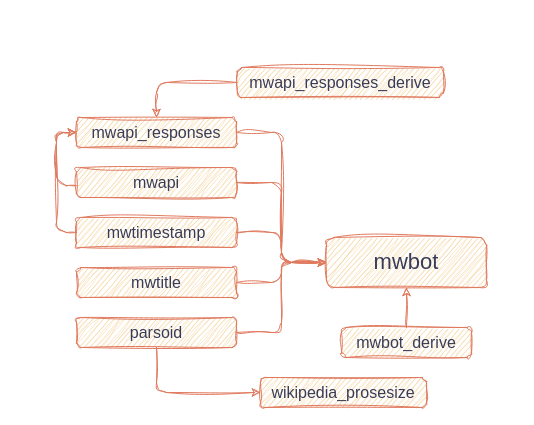
Above: mwbot-rs inner dependencies.drawio in xtexx/diagrams (draw.io), before the change. Source tidied: cells renumbered, new cells numbered last; positions are measured from the earlier drawing's top-left corner, leaving out a move shared by most shapes. Both pictures are drawn from the tidied source at 100%, with x=0, y=0 at pixel (76, 67).
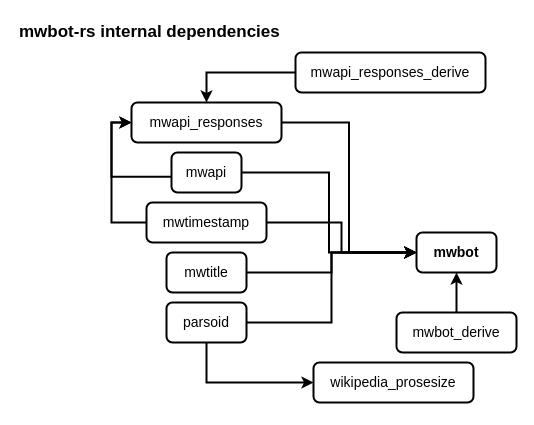
Above is the later version.

Change to the diagram source:
```diff
@@
-    <mxCell id="2" style="edgeStyle=orthogonalEdgeStyle;rounded=1;jettySize=auto;html=1;entryX=0;entryY=0.5;entryDx=0;entryDy=0;sketch=1;curveFitting=1;jiggle=2;labelBackgroundColor=none;fontColor=default;strokeColor=#E07A5F;" parent="1" edge="1" source="3" target="18">
+    <mxCell id="2" style="edgeStyle=orthogonalEdgeStyle;rounded=0;jettySize=auto;html=1;entryX=0;entryY=0.5;entryDx=0;entryDy=0;labelBackgroundColor=none;fontColor=light-dark(#000000,#202122);fontFamily=Helvetica;strokeWidth=2;fontSize=14;spacing=5;curved=0;strokeColor=light-dark(#000000,#A2A9B1);" parent="1" edge="1" source="3" target="18">
       <mxGeometry relative="1" as="geometry" />
     </mxCell>
-    <mxCell id="3" value="&lt;div&gt;mwapi_responses&lt;/div&gt;" style="rounded=1;whiteSpace=wrap;html=1;fontFamily=Helvetica;fontSize=16;sketch=1;curveFitting=1;jiggle=2;labelBackgroundColor=none;fillColor=#F2CC8F;strokeColor=#E07A5F;fontColor=#393C56;" parent="1" vertex="1">
-      <mxGeometry y="50" width="160" height="30" as="geometry" />
+    <mxCell id="3" value="&lt;div&gt;mwapi_responses&lt;/div&gt;" style="rounded=1;whiteSpace=wrap;html=1;fontFamily=Helvetica;fontSize=14;labelBackgroundColor=none;strokeWidth=2;spacing=5;fontColor=light-dark(#000000,#202122);fillColor=light-dark(#FFFFFF,#F8F9FA);strokeColor=light-dark(#000000,#A2A9B1);" parent="1" vertex="1">
+      <mxGeometry x="55" y="35" width="150" height="40" as="geometry" />
     </mxCell>
-    <mxCell id="4" style="edgeStyle=orthogonalEdgeStyle;rounded=1;jettySize=auto;html=1;entryX=0;entryY=0.5;entryDx=0;entryDy=0;sketch=1;curveFitting=1;jiggle=2;labelBackgroundColor=none;fontColor=default;strokeColor=#E07A5F;" parent="1" edge="1" source="6" target="18">
-      <mxGeometry relative="1" as="geometry" />
-    </mxCell>
-    <mxCell id="5" style="edgeStyle=orthogonalEdgeStyle;rounded=1;jettySize=auto;html=1;entryX=0;entryY=0.5;entryDx=0;entryDy=0;exitX=-0.002;exitY=0.605;exitDx=0;exitDy=0;exitPerimeter=0;sketch=1;curveFitting=1;jiggle=2;labelBackgroundColor=none;fontColor=default;strokeColor=#E07A5F;" parent="1" edge="1" source="6" target="3">
+    <mxCell id="5" style="edgeStyle=orthogonalEdgeStyle;rounded=0;jettySize=auto;html=1;entryX=0;entryY=0.5;entryDx=0;entryDy=0;exitX=-0.002;exitY=0.605;exitDx=0;exitDy=0;exitPerimeter=0;labelBackgroundColor=none;fontColor=light-dark(#000000,#202122);fontFamily=Helvetica;strokeWidth=2;fontSize=14;spacing=5;curved=0;strokeColor=light-dark(#000000,#A2A9B1);" parent="1" edge="1" source="6" target="3">
       <mxGeometry relative="1" as="geometry" />
     </mxCell>
+    <mxCell id="8" style="edgeStyle=orthogonalEdgeStyle;rounded=0;jettySize=auto;html=1;entryX=0;entryY=0.5;entryDx=0;entryDy=0;exitX=0;exitY=0.5;exitDx=0;exitDy=0;labelBackgroundColor=none;fontColor=light-dark(#000000,#202122);fontFamily=Helvetica;strokeWidth=2;fontSize=14;spacing=5;curved=0;strokeColor=light-dark(#000000,#A2A9B1);" parent="1" edge="1" source="9" target="3">
+      <mxGeometry relative="1" as="geometry" />
+    </mxCell>
+    <mxCell id="12" style="edgeStyle=orthogonalEdgeStyle;rounded=0;jettySize=auto;html=1;labelBackgroundColor=none;fontColor=light-dark(#000000,#202122);exitX=0;exitY=0.5;exitDx=0;exitDy=0;fontFamily=Helvetica;strokeWidth=2;fontSize=14;spacing=5;curved=0;strokeColor=light-dark(#000000,#A2A9B1);" parent="1" edge="1" source="13" target="3">
+      <mxGeometry relative="1" as="geometry" />
+    </mxCell>
-    <mxCell id="6" value="&lt;div&gt;mwapi&lt;/div&gt;" style="rounded=1;whiteSpace=wrap;html=1;fontFamily=Helvetica;fontSize=16;sketch=1;curveFitting=1;jiggle=2;labelBackgroundColor=none;fillColor=#F2CC8F;strokeColor=#E07A5F;fontColor=#393C56;" parent="1" vertex="1">
-      <mxGeometry y="100" width="160" height="30" as="geometry" />
+    <mxCell id="6" value="&lt;div&gt;mwapi&lt;/div&gt;" style="rounded=1;whiteSpace=wrap;html=1;fontFamily=Helvetica;fontSize=14;labelBackgroundColor=none;strokeWidth=2;spacing=5;fontColor=light-dark(#000000,#202122);fillColor=light-dark(#FFFFFF,#F8F9FA);strokeColor=light-dark(#000000,#A2A9B1);" parent="1" vertex="1">
+      <mxGeometry x="95" y="85" width="70" height="40" as="geometry" />
     </mxCell>
-    <mxCell id="7" style="edgeStyle=orthogonalEdgeStyle;rounded=1;jettySize=auto;html=1;entryX=0;entryY=0.5;entryDx=0;entryDy=0;sketch=1;curveFitting=1;jiggle=2;labelBackgroundColor=none;fontColor=default;strokeColor=#E07A5F;" parent="1" edge="1" source="9" target="18">
-      <mxGeometry relative="1" as="geometry" />
-    </mxCell>
-    <mxCell id="8" style="edgeStyle=orthogonalEdgeStyle;rounded=1;jettySize=auto;html=1;entryX=0;entryY=0.5;entryDx=0;entryDy=0;exitX=0;exitY=0.5;exitDx=0;exitDy=0;sketch=1;curveFitting=1;jiggle=2;labelBackgroundColor=none;fontColor=default;strokeColor=#E07A5F;" parent="1" edge="1" source="9" target="3">
-      <mxGeometry relative="1" as="geometry" />
-    </mxCell>
-    <mxCell id="9" value="mwtimestamp" style="rounded=1;whiteSpace=wrap;html=1;fontFamily=Helvetica;fontSize=16;sketch=1;curveFitting=1;jiggle=2;labelBackgroundColor=none;fillColor=#F2CC8F;strokeColor=#E07A5F;fontColor=#393C56;" parent="1" vertex="1">
-      <mxGeometry y="150" width="160" height="30" as="geometry" />
+    <mxCell id="9" value="mwtimestamp" style="rounded=1;whiteSpace=wrap;html=1;fontFamily=Helvetica;fontSize=14;labelBackgroundColor=none;strokeWidth=2;spacing=5;fontColor=light-dark(#000000,#202122);fillColor=light-dark(#FFFFFF,#F8F9FA);strokeColor=light-dark(#000000,#A2A9B1);" parent="1" vertex="1">
+      <mxGeometry x="70" y="135" width="120" height="40" as="geometry" />
     </mxCell>
-    <mxCell id="10" style="edgeStyle=orthogonalEdgeStyle;rounded=1;jettySize=auto;html=1;entryX=0;entryY=0.5;entryDx=0;entryDy=0;sketch=1;curveFitting=1;jiggle=2;labelBackgroundColor=none;fontColor=default;strokeColor=#E07A5F;" parent="1" edge="1" source="11" target="18">
-      <mxGeometry relative="1" as="geometry" />
-    </mxCell>
-    <mxCell id="11" value="mwtitle" style="rounded=1;whiteSpace=wrap;html=1;fontFamily=Helvetica;fontSize=16;sketch=1;curveFitting=1;jiggle=2;labelBackgroundColor=none;fillColor=#F2CC8F;strokeColor=#E07A5F;fontColor=#393C56;" parent="1" vertex="1">
-      <mxGeometry y="200" width="160" height="30" as="geometry" />
+    <mxCell id="11" value="mwtitle" style="rounded=1;whiteSpace=wrap;html=1;fontFamily=Helvetica;fontSize=14;labelBackgroundColor=none;strokeWidth=2;spacing=5;fontColor=light-dark(#000000,#202122);fillColor=light-dark(#FFFFFF,#F8F9FA);strokeColor=light-dark(#000000,#A2A9B1);" parent="1" vertex="1">
+      <mxGeometry x="90" y="185" width="80" height="40" as="geometry" />
     </mxCell>
-    <mxCell id="12" style="edgeStyle=orthogonalEdgeStyle;rounded=1;jettySize=auto;html=1;sketch=1;curveFitting=1;jiggle=2;labelBackgroundColor=none;fontColor=default;strokeColor=#E07A5F;" parent="1" edge="1" source="13" target="3">
-      <mxGeometry relative="1" as="geometry" />
-    </mxCell>
-    <mxCell id="13" value="mwapi_responses_derive" style="rounded=1;whiteSpace=wrap;html=1;fontFamily=Helvetica;fontSize=16;sketch=1;curveFitting=1;jiggle=2;labelBackgroundColor=none;fillColor=#F2CC8F;strokeColor=#E07A5F;fontColor=#393C56;" parent="1" vertex="1">
-      <mxGeometry x="161" width="206" height="30" as="geometry" />
+    <mxCell id="13" value="mwapi_responses_derive" style="rounded=1;whiteSpace=wrap;html=1;fontFamily=Helvetica;fontSize=14;labelBackgroundColor=none;strokeWidth=2;spacing=5;fontColor=light-dark(#000000,#202122);fillColor=light-dark(#FFFFFF,#F8F9FA);strokeColor=light-dark(#000000,#EAECF0);" parent="1" vertex="1">
+      <mxGeometry x="219" y="-15" width="190" height="40" as="geometry" />
     </mxCell>
-    <mxCell id="14" style="edgeStyle=orthogonalEdgeStyle;rounded=1;jettySize=auto;html=1;entryX=0;entryY=0.5;entryDx=0;entryDy=0;exitX=0.5;exitY=1;exitDx=0;exitDy=0;sketch=1;curveFitting=1;jiggle=2;labelBackgroundColor=none;fontColor=default;strokeColor=#E07A5F;" parent="1" edge="1" source="16" target="17">
-      <mxGeometry relative="1" as="geometry" />
-    </mxCell>
-    <mxCell id="15" style="edgeStyle=orthogonalEdgeStyle;rounded=1;jettySize=auto;html=1;entryX=0;entryY=0.5;entryDx=0;entryDy=0;sketch=1;curveFitting=1;jiggle=2;labelBackgroundColor=none;fontColor=default;strokeColor=#E07A5F;" parent="1" edge="1" source="16" target="18">
-      <mxGeometry relative="1" as="geometry" />
-    </mxCell>
-    <mxCell id="16" value="parsoid" style="rounded=1;whiteSpace=wrap;html=1;fontFamily=Helvetica;fontSize=16;sketch=1;curveFitting=1;jiggle=2;labelBackgroundColor=none;fillColor=#F2CC8F;strokeColor=#E07A5F;fontColor=#393C56;" parent="1" vertex="1">
-      <mxGeometry y="250" width="160" height="30" as="geometry" />
+    <mxCell id="16" value="parsoid" style="rounded=1;whiteSpace=wrap;html=1;fontFamily=Helvetica;fontSize=14;labelBackgroundColor=none;strokeWidth=2;spacing=5;fontColor=light-dark(#000000,#202122);fillColor=light-dark(#FFFFFF,#F8F9FA);strokeColor=light-dark(#000000,#A2A9B1);" parent="1" vertex="1">
+      <mxGeometry x="90" y="235" width="80" height="40" as="geometry" />
     </mxCell>
-    <mxCell id="17" value="wikipedia_prosesize" style="rounded=1;whiteSpace=wrap;html=1;fontFamily=Helvetica;fontSize=16;sketch=1;curveFitting=1;jiggle=2;labelBackgroundColor=none;fillColor=#F2CC8F;strokeColor=#E07A5F;fontColor=#393C56;" parent="1" vertex="1">
-      <mxGeometry x="184" y="310" width="166" height="30" as="geometry" />
+    <mxCell id="17" value="wikipedia_prosesize" style="rounded=1;whiteSpace=wrap;html=1;fontFamily=Helvetica;fontSize=14;labelBackgroundColor=none;strokeWidth=2;spacing=5;fontColor=light-dark(#000000,#202122);fillColor=light-dark(#FFFFFF,#F8F9FA);strokeColor=light-dark(#000000,#EAECF0);" parent="1" vertex="1">
+      <mxGeometry x="237" y="295" width="160" height="40" as="geometry" />
     </mxCell>
-    <mxCell id="18" value="mwbot" style="rounded=1;whiteSpace=wrap;html=1;fontFamily=Helvetica;fontSize=22;sketch=1;curveFitting=1;jiggle=2;labelBackgroundColor=none;fillColor=#F2CC8F;strokeColor=#E07A5F;fontColor=#393C56;" parent="1" vertex="1">
-      <mxGeometry x="250" y="170" width="160" height="50" as="geometry" />
+    <mxCell id="18" value="mwbot" style="rounded=1;whiteSpace=wrap;html=1;fontFamily=Helvetica;fontSize=14;labelBackgroundColor=none;strokeWidth=2;spacing=5;fontColor=light-dark(#000000,#2A4B8D);fillColor=light-dark(#FFFFFF,#EAF3FF);strokeColor=light-dark(#000000,#2A4B8D);fontStyle=1;" parent="1" vertex="1">
+      <mxGeometry x="340" y="165" width="80" height="40" as="geometry" />
     </mxCell>
+    <mxCell id="20" value="mwbot_derive" style="rounded=1;whiteSpace=wrap;html=1;fontFamily=Helvetica;fontSize=14;labelBackgroundColor=none;strokeWidth=2;spacing=5;fontColor=light-dark(#000000,#202122);fillColor=light-dark(#FFFFFF,#F8F9FA);strokeColor=light-dark(#000000,#EAECF0);" parent="1" vertex="1">
+      <mxGeometry x="320" y="245" width="120" height="40" as="geometry" />
+    </mxCell>
+    <mxCell id="14" style="edgeStyle=orthogonalEdgeStyle;rounded=0;jettySize=auto;html=1;entryX=0;entryY=0.5;entryDx=0;entryDy=0;exitX=0.5;exitY=1;exitDx=0;exitDy=0;labelBackgroundColor=none;fontColor=light-dark(#000000,#202122);fontFamily=Helvetica;strokeWidth=2;fontSize=14;spacing=5;curved=0;strokeColor=light-dark(#000000,#A2A9B1);" parent="1" edge="1" source="16" target="17">
+      <mxGeometry relative="1" as="geometry" />
+    </mxCell>
+    <mxCell id="4" style="edgeStyle=orthogonalEdgeStyle;rounded=0;jettySize=auto;html=1;entryX=0;entryY=0.5;entryDx=0;entryDy=0;labelBackgroundColor=none;fontColor=light-dark(#000000,#202122);fontFamily=Helvetica;strokeWidth=2;fontSize=14;spacing=5;curved=0;strokeColor=light-dark(#000000,#A2A9B1);" parent="1" edge="1" source="6" target="18">
+      <mxGeometry relative="1" as="geometry" />
+    </mxCell>
+    <mxCell id="7" style="edgeStyle=orthogonalEdgeStyle;rounded=0;jettySize=auto;html=1;entryX=0;entryY=0.5;entryDx=0;entryDy=0;labelBackgroundColor=none;fontColor=light-dark(#000000,#202122);fontFamily=Helvetica;strokeWidth=2;fontSize=14;spacing=5;curved=0;strokeColor=light-dark(#000000,#A2A9B1);" parent="1" edge="1" source="9" target="18">
+      <mxGeometry relative="1" as="geometry" />
+    </mxCell>
+    <mxCell id="10" style="edgeStyle=orthogonalEdgeStyle;rounded=0;jettySize=auto;html=1;entryX=0;entryY=0.5;entryDx=0;entryDy=0;labelBackgroundColor=none;fontColor=light-dark(#000000,#202122);fontFamily=Helvetica;strokeWidth=2;fontSize=14;spacing=5;curved=0;strokeColor=light-dark(#000000,#A2A9B1);" parent="1" edge="1" source="11" target="18">
+      <mxGeometry relative="1" as="geometry" />
+    </mxCell>
+    <mxCell id="15" style="edgeStyle=orthogonalEdgeStyle;rounded=0;jettySize=auto;html=1;entryX=0;entryY=0.5;entryDx=0;entryDy=0;labelBackgroundColor=none;fontColor=light-dark(#000000,#202122);fontFamily=Helvetica;strokeWidth=2;fontSize=14;spacing=5;curved=0;strokeColor=light-dark(#000000,#A2A9B1);" parent="1" edge="1" source="16" target="18">
+      <mxGeometry relative="1" as="geometry" />
+    </mxCell>
-    <mxCell id="19" style="edgeStyle=orthogonalEdgeStyle;rounded=1;jettySize=auto;html=1;sketch=1;curveFitting=1;jiggle=2;labelBackgroundColor=none;fontColor=default;strokeColor=#E07A5F;" parent="1" edge="1" source="20" target="18">
+    <mxCell id="19" style="edgeStyle=orthogonalEdgeStyle;rounded=0;jettySize=auto;html=1;labelBackgroundColor=none;fontColor=light-dark(#000000,#202122);fontFamily=Helvetica;strokeWidth=2;fontSize=14;spacing=5;curved=0;strokeColor=light-dark(#000000,#A2A9B1);" parent="1" edge="1" source="20" target="18">
       <mxGeometry relative="1" as="geometry" />
     </mxCell>
-    <mxCell id="20" value="mwbot_derive" style="rounded=1;whiteSpace=wrap;html=1;fontFamily=Helvetica;fontSize=16;sketch=1;curveFitting=1;jiggle=2;labelBackgroundColor=none;fillColor=#F2CC8F;strokeColor=#E07A5F;fontColor=#393C56;" parent="1" vertex="1">
-      <mxGeometry x="265" y="260" width="130" height="30" as="geometry" />
-    </mxCell>
+    <mxCell id="21" value="&lt;div&gt;mwbot-rs internal dependencies&lt;/div&gt;" style="text;strokeColor=none;align=left;fillColor=none;html=1;verticalAlign=middle;whiteSpace=wrap;rounded=0;fontStyle=1;fontSize=17;fontColor=light-dark(#000000,#C8CCD1);fontFamily=Helvetica;" parent="1" vertex="1">
+      <mxGeometry x="-59" y="-50" width="280" height="30" as="geometry" />
+    </mxCell>
```
